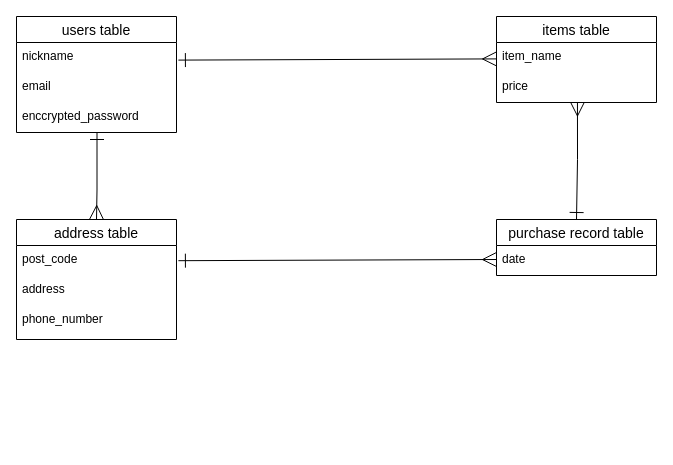
Earlier version of the draw.io diagram test.dio (Yajin13/furima-37710). Source tidied: cells renumbered, new cells numbered last; positions are measured from the earlier drawing's top-left corner, leaving out a move shared by most shapes. Both pictures are drawn from the tidied source at 100%, with x=0, y=0 at pixel (16, 16).
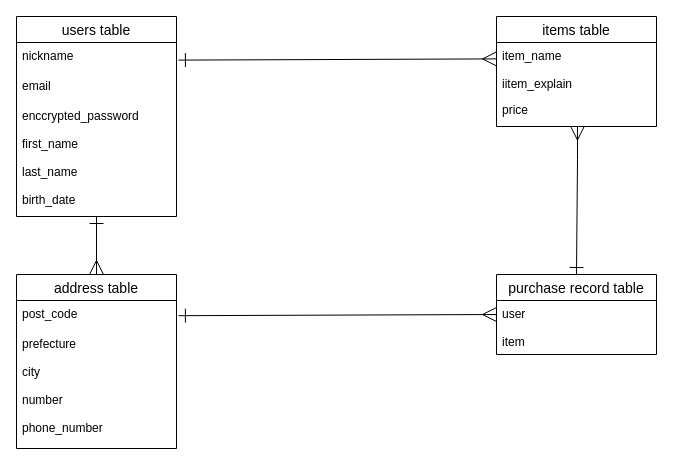
Above is the later version.

Commit message (it also covers changes not shown here):
テーブル設計の修正

The edit, as a diff of the source:
```diff
@@
     <mxCell id="2" value="users table" style="swimlane;fontStyle=0;horizontal=1;startSize=26;align=center;fontSize=14;" parent="1" vertex="1">
-      <mxGeometry width="160" height="116" as="geometry" />
+      <mxGeometry width="160" height="200" as="geometry" />
     </mxCell>
@@
-    <mxCell id="5" value="enccrypted_password" style="text;strokeColor=none;fillColor=none;spacingLeft=4;spacingRight=4;overflow=hidden;fontSize=12;" parent="2" vertex="1">
-      <mxGeometry y="86" width="160" height="30" as="geometry" />
+    <mxCell id="5" value="enccrypted_password&#10;&#10;first_name&#10;&#10;last_name&#10;&#10;birth_date&#10;" style="text;strokeColor=none;fillColor=none;spacingLeft=4;spacingRight=4;overflow=hidden;fontSize=12;" parent="2" vertex="1">
+      <mxGeometry y="86" width="160" height="114" as="geometry" />
     </mxCell>
     <mxCell id="6" value="items table" style="swimlane;fontStyle=0;horizontal=1;startSize=26;align=center;fontSize=14;" parent="1" vertex="1">
-      <mxGeometry x="480" width="160" height="86" as="geometry" />
+      <mxGeometry x="480" width="160" height="110" as="geometry" />
     </mxCell>
-    <mxCell id="7" value="item_name" style="text;strokeColor=none;fillColor=none;spacingLeft=4;spacingRight=4;overflow=hidden;fontSize=12;" parent="6" vertex="1">
-      <mxGeometry y="26" width="160" height="30" as="geometry" />
+    <mxCell id="7" value="item_name&#10;&#10;iitem_explain" style="text;strokeColor=none;fillColor=none;spacingLeft=4;spacingRight=4;overflow=hidden;fontSize=12;" parent="6" vertex="1">
+      <mxGeometry y="26" width="160" height="54" as="geometry" />
     </mxCell>
     <mxCell id="8" value="price" style="text;strokeColor=none;fillColor=none;spacingLeft=4;spacingRight=4;overflow=hidden;points=[[0,0.5],[1,0.5]];portConstraint=eastwest;fontSize=12;" parent="6" vertex="1">
-      <mxGeometry y="56" width="160" height="30" as="geometry" />
+      <mxGeometry y="80" width="160" height="30" as="geometry" />
     </mxCell>
     <mxCell id="9" value="address table" style="swimlane;fontStyle=0;horizontal=1;startSize=26;align=center;fontSize=14;" parent="1" vertex="1">
-      <mxGeometry y="203" width="160" height="120" as="geometry" />
+      <mxGeometry y="258" width="160" height="174" as="geometry" />
     </mxCell>
@@
-    <mxCell id="11" value="address" style="text;strokeColor=none;fillColor=none;spacingLeft=4;spacingRight=4;overflow=hidden;fontSize=12;" parent="9" vertex="1">
-      <mxGeometry y="56" width="160" height="30" as="geometry" />
+    <mxCell id="11" value="prefecture&#10;&#10;city&#10;&#10;number" style="text;strokeColor=none;fillColor=none;spacingLeft=4;spacingRight=4;overflow=hidden;fontSize=12;" parent="9" vertex="1">
+      <mxGeometry y="56" width="160" height="84" as="geometry" />
     </mxCell>
     <mxCell id="12" value="phone_number" style="text;strokeColor=none;fillColor=none;spacingLeft=4;spacingRight=4;overflow=hidden;fontSize=12;" parent="9" vertex="1">
-      <mxGeometry y="86" width="160" height="34" as="geometry" />
+      <mxGeometry y="140" width="160" height="34" as="geometry" />
     </mxCell>
@@
     <mxCell id="14" value="purchase record table" style="swimlane;fontStyle=0;horizontal=1;startSize=26;align=center;fontSize=14;" parent="1" vertex="1">
-      <mxGeometry x="480" y="203" width="160" height="56" as="geometry" />
+      <mxGeometry x="480" y="258" width="160" height="80" as="geometry" />
     </mxCell>
-    <mxCell id="15" value="date" style="text;strokeColor=none;fillColor=none;spacingLeft=4;spacingRight=4;overflow=hidden;fontSize=12;" parent="14" vertex="1">
-      <mxGeometry y="26" width="160" height="30" as="geometry" />
+    <mxCell id="15" value="user&#10;&#10;item" style="text;strokeColor=none;fillColor=none;spacingLeft=4;spacingRight=4;overflow=hidden;fontSize=12;" parent="14" vertex="1">
+      <mxGeometry y="26" width="160" height="54" as="geometry" />
     </mxCell>
@@
     <mxCell id="17" style="edgeStyle=none;html=1;entryX=-0.012;entryY=0.083;entryDx=0;entryDy=0;entryPerimeter=0;rounded=0;endArrow=ERmany;endFill=0;startArrow=ERone;startFill=0;endSize=12;startSize=12;" parent="1" edge="1">
       <mxGeometry relative="1" as="geometry">
-        <mxPoint x="161.9" y="244.2" as="sourcePoint" />
-        <mxPoint x="480" y="243" as="targetPoint" />
+        <mxPoint x="161.9" y="299.2" as="sourcePoint" />
+        <mxPoint x="480" y="298" as="targetPoint" />
       </mxGeometry>
     </mxCell>
     <mxCell id="18" style="edgeStyle=none;rounded=0;html=1;startArrow=ERmany;startFill=0;endArrow=ERone;endFill=0;startSize=12;endSize=12;entryX=0.506;entryY=0.983;entryDx=0;entryDy=0;entryPerimeter=0;" parent="1" edge="1">
       <mxGeometry relative="1" as="geometry">
-        <mxPoint x="80" y="203" as="sourcePoint" />
-        <mxPoint x="80.5" y="116" as="targetPoint" />
+        <mxPoint x="80" y="258" as="sourcePoint" />
+        <mxPoint x="80" y="200" as="targetPoint" />
         <Array as="points">
-          <mxPoint x="80.5" y="173.5" />
+          <mxPoint x="80" y="257.5" />
         </Array>
       </mxGeometry>
     </mxCell>
```
